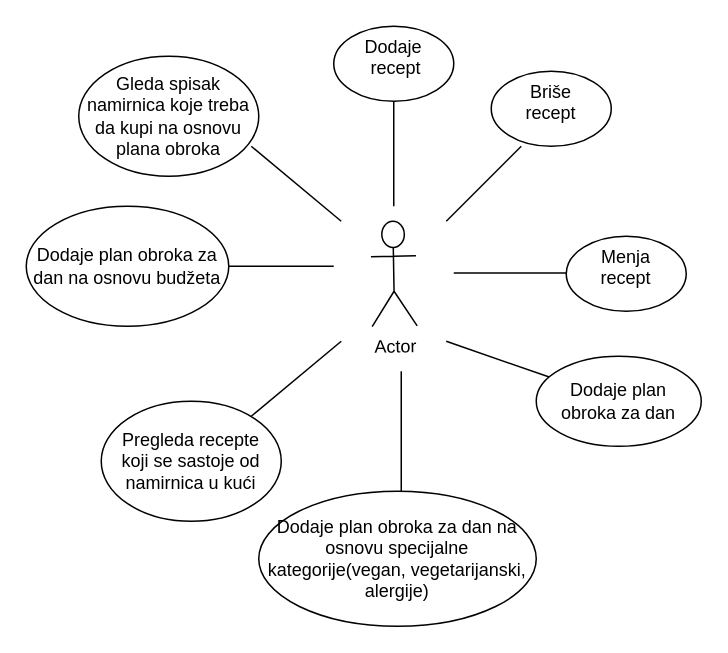
Earlier version of the draw.io diagram Neimenovani dijagram.drawio (jancekk/planer_obroka). Source tidied: cells renumbered, new cells numbered last; positions are measured from the earlier drawing's top-left corner, leaving out a move shared by most shapes. Both pictures are drawn from the tidied source at 150%, with x=0, y=0 at pixel (26, 26).
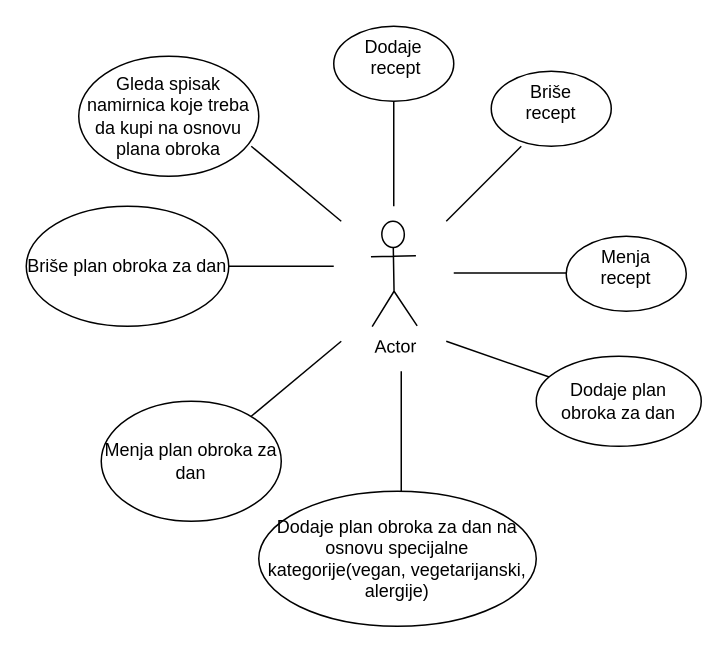
Above is the later version.

Diff of the diagram source:
```diff
@@
-    <mxCell id="14" value="Pregleda recepte&lt;div&gt;koji se sastoje od&lt;/div&gt;&lt;div&gt;namirnica u kući&lt;/div&gt;" style="ellipse;whiteSpace=wrap;html=1;" parent="1" vertex="1">
+    <mxCell id="14" value="Menja plan obroka za dan" style="ellipse;whiteSpace=wrap;html=1;" parent="1" vertex="1">
       <mxGeometry x="50" y="250" width="120" height="80" as="geometry" />
     </mxCell>
@@
-    <mxCell id="16" value="Dodaje plan obroka za dan na osnovu budžeta" style="ellipse;whiteSpace=wrap;html=1;" parent="1" vertex="1">
+    <mxCell id="16" value="Briše plan obroka za dan" style="ellipse;whiteSpace=wrap;html=1;" parent="1" vertex="1">
       <mxGeometry y="120" width="135" height="80" as="geometry" />
     </mxCell>
```
